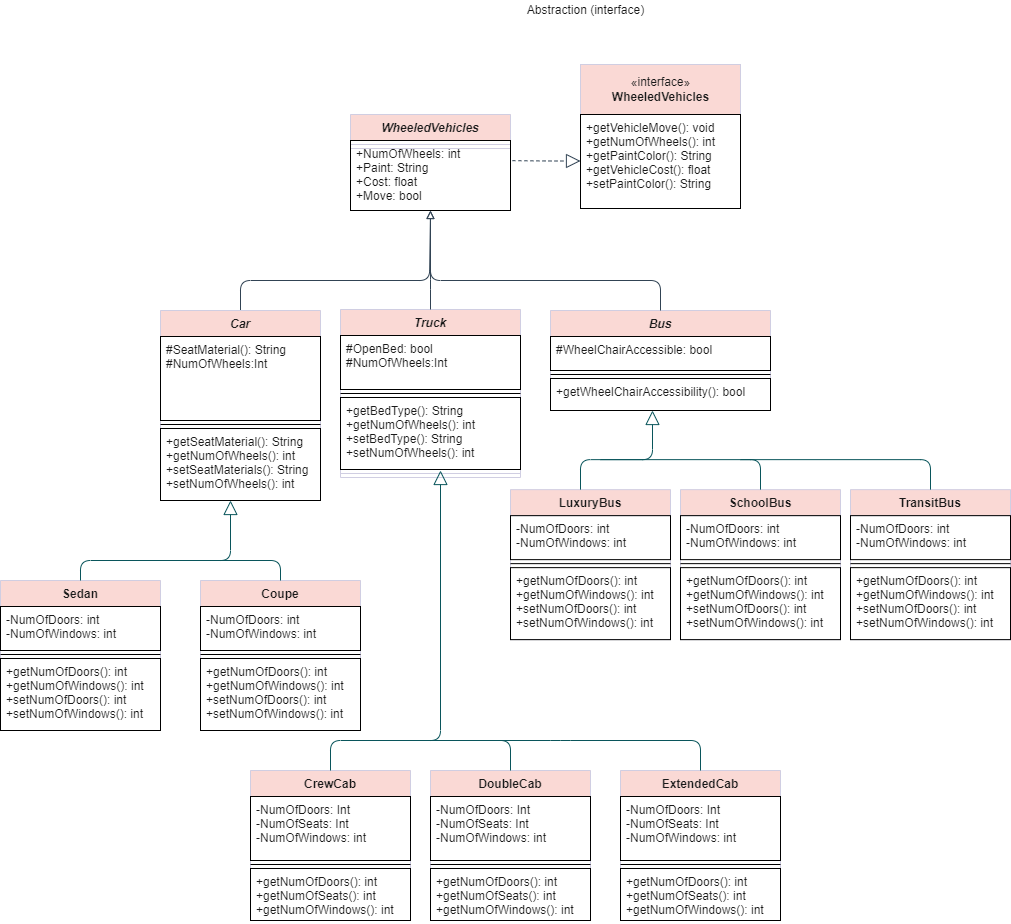
The draw.io diagram oop/WheeledVehiclesClass UMLDiagram.png in c0l3yni/tekcamp, before a commit. Source tidied: cells renumbered, new cells last; positions are measured from the earlier drawing's top-left corner, leaving out a move shared by most shapes.
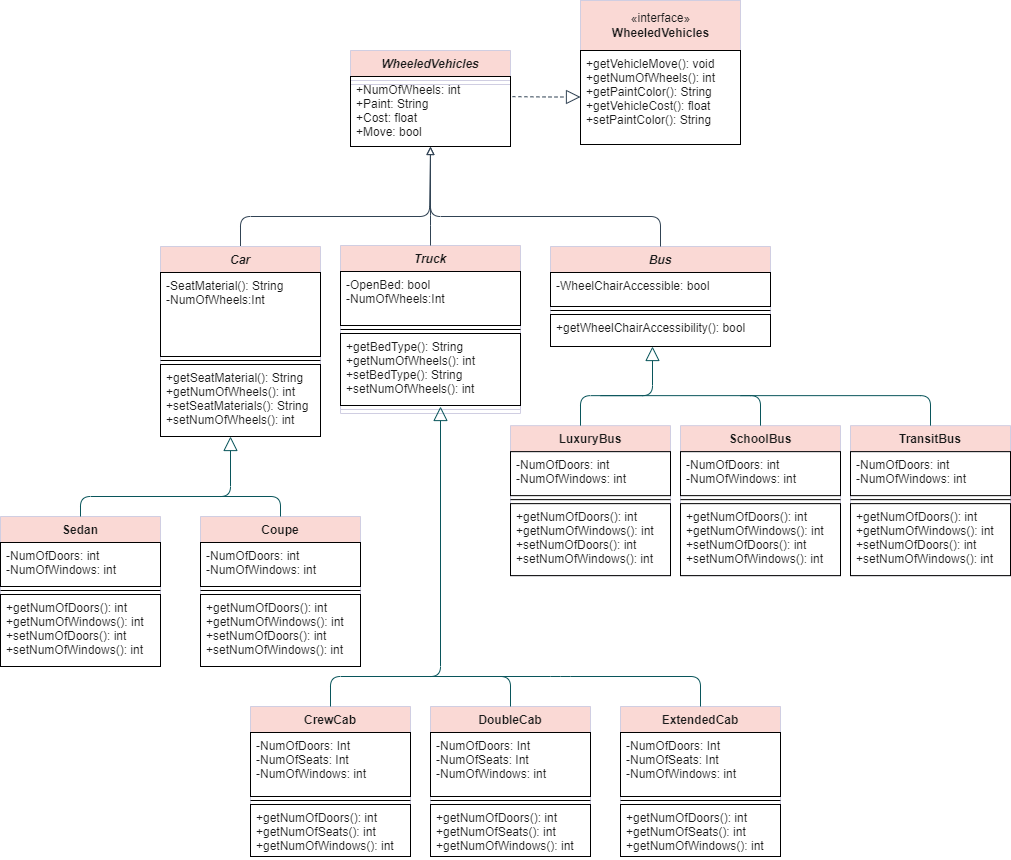
The same diagram one commit later.

Commit message:
Deleted comments on the page and changed attributes to private

Change to the diagram source:
```diff
@@ -5,7 +5,7 @@
     <mxCell id="2" value="Bus" style="swimlane;fontStyle=3;align=center;verticalAlign=top;horizontal=1;startSize=26;fillColor=#FAD9D5;strokeColor=#D0CEE2;fontColor=#1A1A1A;rounded=0;" parent="1" vertex="1">
       <mxGeometry x="550" y="310" width="220" height="100" as="geometry" />
     </mxCell>
-    <mxCell id="3" value="#WheelChairAccessible: bool&#10;" style="text;strokeColor=default;fillColor=none;align=left;verticalAlign=top;spacingLeft=4;spacingRight=4;overflow=hidden;fontColor=#1A1A1A;rounded=0;" parent="2" vertex="1">
+    <mxCell id="3" value="-WheelChairAccessible: bool&#10;" style="text;strokeColor=default;fillColor=none;align=left;verticalAlign=top;spacingLeft=4;spacingRight=4;overflow=hidden;fontColor=#1A1A1A;rounded=0;" parent="2" vertex="1">
       <mxGeometry y="26" width="220" height="34" as="geometry" />
     </mxCell>
     <mxCell id="4" style="line;strokeWidth=1;fillColor=none;align=left;verticalAlign=middle;spacingTop=-1;spacingLeft=3;spacingRight=3;labelPosition=right;fontColor=#1A1A1A;" parent="2" vertex="1">
@@ -26,7 +26,7 @@
     <mxCell id="7" value="Car" style="swimlane;fontStyle=3;align=center;verticalAlign=top;horizontal=1;startSize=26;fillColor=#FAD9D5;strokeColor=#D0CEE2;fontColor=#1A1A1A;rounded=0;" parent="1" vertex="1">
       <mxGeometry x="160" y="310" width="160" height="190" as="geometry" />
     </mxCell>
-    <mxCell id="8" value="#SeatMaterial(): String&#10;#NumOfWheels:Int" style="text;strokeColor=default;fillColor=none;align=left;verticalAlign=top;spacingLeft=4;spacingRight=4;overflow=hidden;fontColor=#1A1A1A;rounded=0;" parent="7" vertex="1">
+    <mxCell id="8" value="-SeatMaterial(): String&#10;-NumOfWheels:Int" style="text;strokeColor=default;fillColor=none;align=left;verticalAlign=top;spacingLeft=4;spacingRight=4;overflow=hidden;fontColor=#1A1A1A;rounded=0;" parent="7" vertex="1">
       <mxGeometry y="26" width="160" height="84" as="geometry" />
     </mxCell>
     <mxCell id="9" style="line;strokeWidth=1;fillColor=none;align=left;verticalAlign=middle;spacingTop=-1;spacingLeft=3;spacingRight=3;labelPosition=right;fontColor=#1A1A1A;" parent="7" vertex="1">
@@ -38,7 +38,7 @@
     <mxCell id="11" value="Truck" style="swimlane;fontStyle=3;align=center;verticalAlign=top;horizontal=1;startSize=26;fillColor=#FAD9D5;strokeColor=#D0CEE2;fontColor=#1A1A1A;rounded=0;" parent="1" vertex="1">
       <mxGeometry x="340" y="309" width="180" height="168" as="geometry" />
     </mxCell>
-    <mxCell id="12" value="#OpenBed: bool&#10;#NumOfWheels:Int" style="text;strokeColor=default;fillColor=none;align=left;verticalAlign=top;spacingLeft=4;spacingRight=4;overflow=hidden;fontColor=#1A1A1A;rounded=0;" parent="11" vertex="1">
+    <mxCell id="12" value="-OpenBed: bool&#10;-NumOfWheels:Int" style="text;strokeColor=default;fillColor=none;align=left;verticalAlign=top;spacingLeft=4;spacingRight=4;overflow=hidden;fontColor=#1A1A1A;rounded=0;" parent="11" vertex="1">
       <mxGeometry y="26" width="180" height="54" as="geometry" />
     </mxCell>
     <mxCell id="13" style="line;strokeWidth=1;fillColor=none;align=left;verticalAlign=middle;spacingTop=-1;spacingLeft=3;spacingRight=3;labelPosition=right;fontColor=#1A1A1A;" parent="11" vertex="1">
@@ -242,9 +242,6 @@
         </Array>
       </mxGeometry>
     </mxCell>
-    <mxCell id="61" value="Abstraction (interface)" style="text;html=1;align=center;verticalAlign=middle;strokeColor=none;fillColor=none;fontColor=#1A1A1A;" parent="1" vertex="1">
-      <mxGeometry x="520" width="130" height="20" as="geometry" />
-    </mxCell>
     <mxCell id="62" value="+getVehicleMove(): void&#10;+getNumOfWheels(): int&#10;+getPaintColor(): String&#10;+getVehicleCost(): float&#10;+setPaintColor(): String" style="text;strokeColor=default;fillColor=none;align=left;verticalAlign=top;spacingLeft=4;spacingRight=4;overflow=hidden;fontColor=#1A1A1A;rounded=0;" parent="1" vertex="1">
       <mxGeometry x="580" y="114" width="160" height="94" as="geometry" />
     </mxCell>
```
